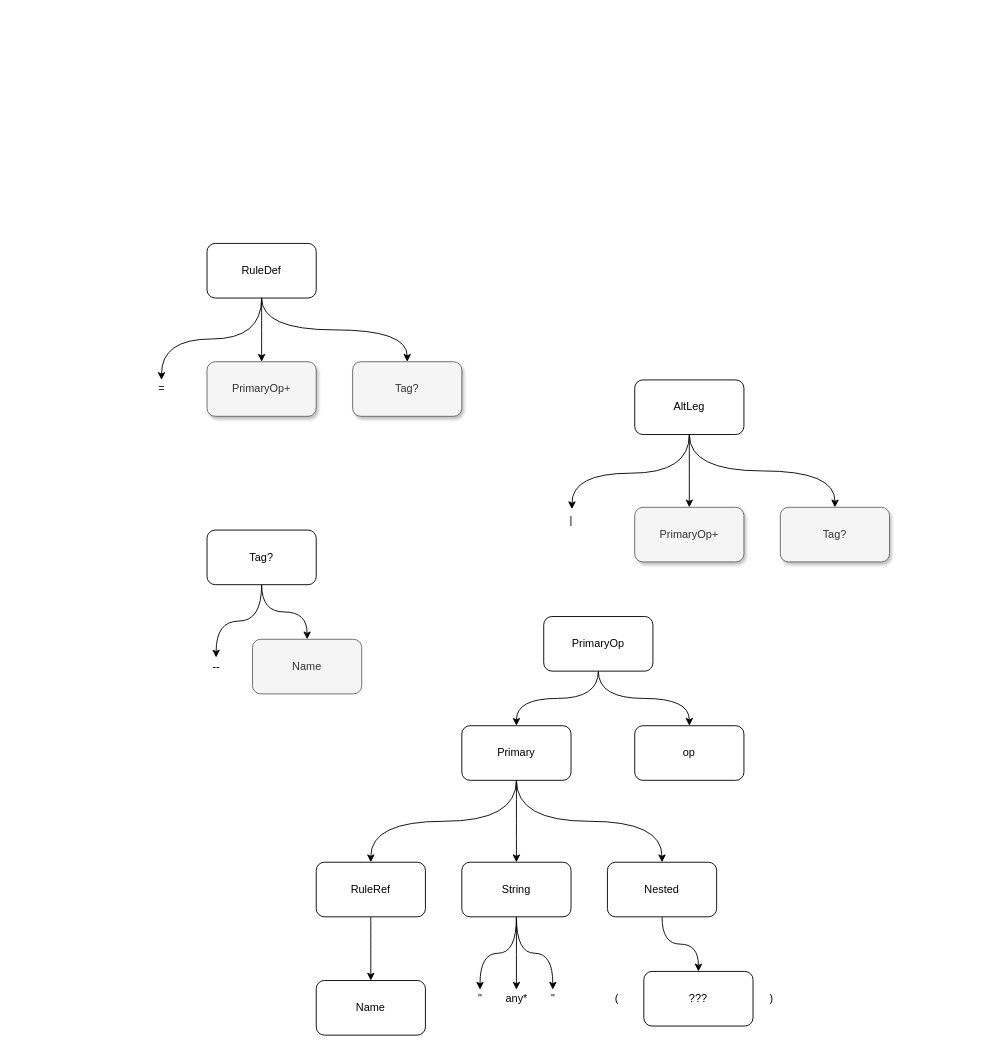
Earlier version of the draw.io diagram ohm-hierarchy.drawio (guitarvydas/slread). Source tidied: cells renumbered, new cells numbered last; positions are measured from the earlier drawing's top-left corner, leaving out a move shared by most shapes. Both pictures are drawn from the tidied source at 91%, with x=0, y=0 at pixel (152, 243).
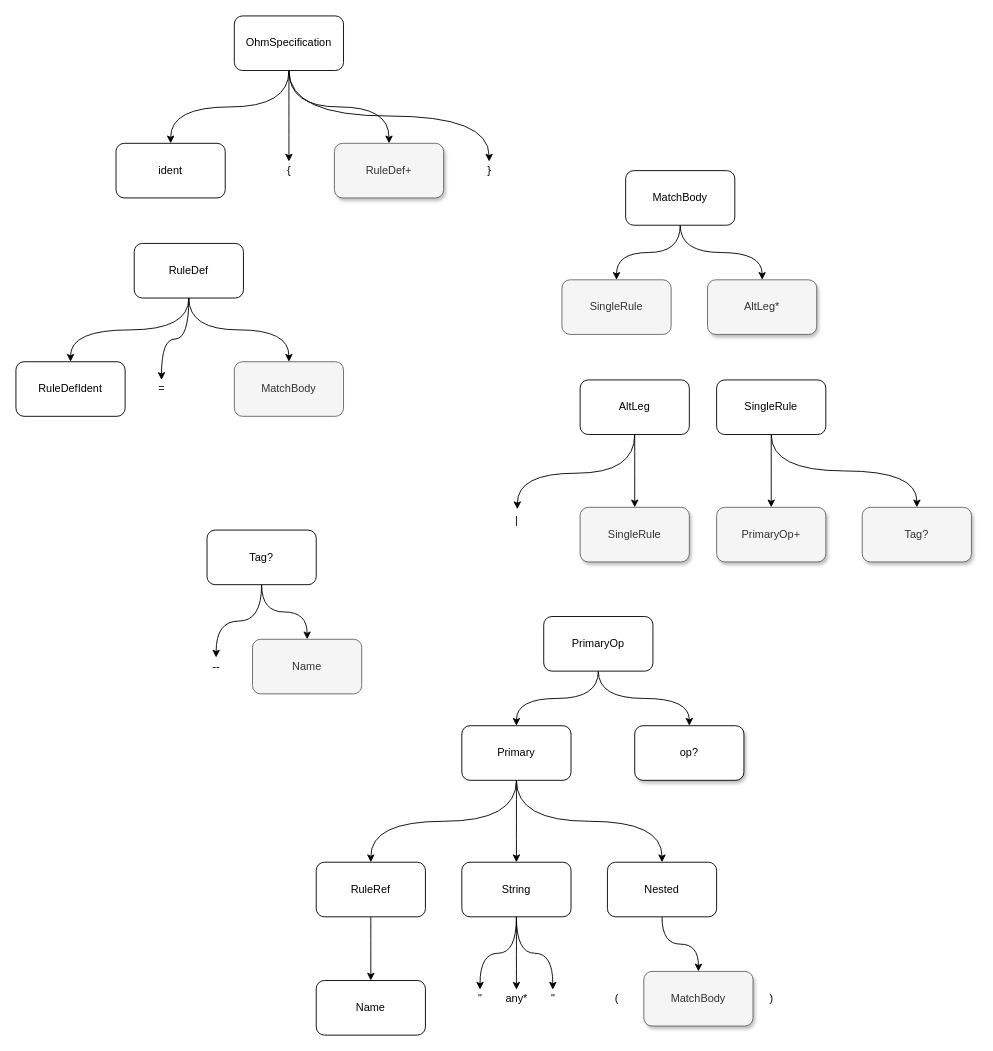
The same diagram, later.

Diff of the diagram source:
```diff
@@
-    <mxCell id="3" style="edgeStyle=orthogonalEdgeStyle;curved=1;jettySize=auto;html=1;exitX=0.5;exitY=1;exitDx=0;exitDy=0;entryX=0.5;entryY=0;entryDx=0;entryDy=0;" parent="1" edge="1" source="5" target="6">
-      <mxGeometry relative="1" as="geometry" />
-    </mxCell>
-    <mxCell id="4" style="edgeStyle=orthogonalEdgeStyle;curved=1;jettySize=auto;html=1;exitX=0.5;exitY=1;exitDx=0;exitDy=0;entryX=0.5;entryY=0;entryDx=0;entryDy=0;" parent="1" edge="1" source="5" target="33">
-      <mxGeometry relative="1" as="geometry" />
-    </mxCell>
+    <mxCell id="44" style="edgeStyle=orthogonalEdgeStyle;curved=1;jettySize=auto;html=1;exitX=0.5;exitY=1;exitDx=0;exitDy=0;entryX=0.5;entryY=0;entryDx=0;entryDy=0;" parent="1" edge="1" source="5" target="46">
+      <mxGeometry relative="1" as="geometry" />
+    </mxCell>
+    <mxCell id="45" style="edgeStyle=orthogonalEdgeStyle;curved=1;jettySize=auto;html=1;exitX=0.5;exitY=1;exitDx=0;exitDy=0;entryX=0.5;entryY=0;entryDx=0;entryDy=0;" parent="1" edge="1" source="5" target="65">
+      <mxGeometry relative="1" as="geometry" />
+    </mxCell>
     <mxCell id="5" value="RuleDef" style="rounded=1;whiteSpace=wrap;html=1;" parent="1" vertex="1">
-      <mxGeometry x="60" width="120" height="60" as="geometry" />
+      <mxGeometry x="-20" width="120" height="60" as="geometry" />
     </mxCell>
-    <mxCell id="6" value="PrimaryOp+" style="rounded=1;whiteSpace=wrap;html=1;shadow=1;fillColor=#f5f5f5;strokeColor=#666666;fontColor=#333333;" parent="1" vertex="1">
-      <mxGeometry x="60" y="130" width="120" height="60" as="geometry" />
+    <mxCell id="6" value="SingleRule" style="rounded=1;whiteSpace=wrap;html=1;shadow=0;fillColor=#f5f5f5;strokeColor=#666666;fontColor=#333333;" parent="1" vertex="1">
+      <mxGeometry x="450" y="40" width="120" height="60" as="geometry" />
     </mxCell>
@@
-    <mxCell id="21" value="???" style="rounded=1;whiteSpace=wrap;html=1;" parent="1" vertex="1">
+    <mxCell id="21" value="MatchBody" style="rounded=1;whiteSpace=wrap;html=1;shadow=1;fillColor=#f5f5f5;strokeColor=#666666;fontColor=#333333;" parent="1" vertex="1">
       <mxGeometry x="540" y="800" width="120" height="60" as="geometry" />
     </mxCell>
@@
-    <mxCell id="26" value="op" style="rounded=1;whiteSpace=wrap;html=1;" parent="1" vertex="1">
+    <mxCell id="26" value="op?" style="rounded=1;whiteSpace=wrap;html=1;shadow=1;" parent="1" vertex="1">
       <mxGeometry x="530" y="530" width="120" height="60" as="geometry" />
     </mxCell>
@@
-    <mxCell id="29" style="edgeStyle=orthogonalEdgeStyle;curved=1;jettySize=auto;html=1;exitX=0.5;exitY=1;exitDx=0;exitDy=0;" parent="1" edge="1" source="30">
-      <mxGeometry relative="1" as="geometry">
-        <mxPoint x="750" y="290" as="targetPoint" />
-      </mxGeometry>
-    </mxCell>
     <mxCell id="30" value="AltLeg" style="rounded=1;whiteSpace=wrap;html=1;" parent="1" vertex="1">
-      <mxGeometry x="530" y="150" width="120" height="60" as="geometry" />
+      <mxGeometry x="470" y="150" width="120" height="60" as="geometry" />
     </mxCell>
     <mxCell id="31" value="|" style="text;html=1;align=center;verticalAlign=middle;points=[];strokeColor=none;" parent="1" vertex="1">
-      <mxGeometry x="450" y="295" width="20" height="20" as="geometry" />
+      <mxGeometry x="390" y="295" width="20" height="20" as="geometry" />
     </mxCell>
-    <mxCell id="32" value="PrimaryOp+" style="rounded=1;whiteSpace=wrap;html=1;shadow=1;fillColor=#f5f5f5;strokeColor=#666666;fontColor=#333333;" parent="1" vertex="1">
-      <mxGeometry x="530" y="290" width="120" height="60" as="geometry" />
+    <mxCell id="32" value="SingleRule" style="rounded=1;whiteSpace=wrap;html=1;shadow=1;fillColor=#f5f5f5;strokeColor=#666666;fontColor=#333333;" parent="1" vertex="1">
+      <mxGeometry x="470" y="290" width="120" height="60" as="geometry" />
     </mxCell>
-    <mxCell id="33" value="Tag?" style="rounded=1;whiteSpace=wrap;html=1;shadow=1;fillColor=#f5f5f5;strokeColor=#666666;fontColor=#333333;" parent="1" vertex="1">
-      <mxGeometry x="220" y="130" width="120" height="60" as="geometry" />
-    </mxCell>
@@
-    <mxCell id="43" value="Tag?" style="rounded=1;whiteSpace=wrap;html=1;shadow=1;fillColor=#f5f5f5;strokeColor=#666666;fontColor=#333333;" parent="1" vertex="1">
-      <mxGeometry x="690" y="290" width="120" height="60" as="geometry" />
-    </mxCell>
+    <mxCell id="46" value="RuleDefIdent" style="rounded=1;whiteSpace=wrap;html=1;" parent="1" vertex="1">
+      <mxGeometry x="-150" y="130" width="120" height="60" as="geometry" />
+    </mxCell>
+    <mxCell id="47" style="edgeStyle=orthogonalEdgeStyle;curved=1;jettySize=auto;html=1;exitX=0.5;exitY=1;exitDx=0;exitDy=0;" parent="1" edge="1" source="49" target="50">
+      <mxGeometry relative="1" as="geometry" />
+    </mxCell>
+    <mxCell id="48" style="edgeStyle=orthogonalEdgeStyle;curved=1;jettySize=auto;html=1;exitX=0.5;exitY=1;exitDx=0;exitDy=0;" parent="1" edge="1" source="49">
+      <mxGeometry relative="1" as="geometry">
+        <mxPoint x="840" y="290" as="targetPoint" />
+      </mxGeometry>
+    </mxCell>
+    <mxCell id="49" value="SingleRule" style="rounded=1;whiteSpace=wrap;html=1;" parent="1" vertex="1">
+      <mxGeometry x="620" y="150" width="120" height="60" as="geometry" />
+    </mxCell>
+    <mxCell id="50" value="PrimaryOp+" style="rounded=1;whiteSpace=wrap;html=1;shadow=1;fillColor=#f5f5f5;strokeColor=#666666;fontColor=#333333;" parent="1" vertex="1">
+      <mxGeometry x="620" y="290" width="120" height="60" as="geometry" />
+    </mxCell>
+    <mxCell id="51" value="Tag?" style="rounded=1;whiteSpace=wrap;html=1;shadow=1;fillColor=#f5f5f5;strokeColor=#666666;fontColor=#333333;" parent="1" vertex="1">
+      <mxGeometry x="780" y="290" width="120" height="60" as="geometry" />
+    </mxCell>
+    <mxCell id="52" value="AltLeg*" style="rounded=1;whiteSpace=wrap;html=1;shadow=1;fillColor=#f5f5f5;strokeColor=#666666;fontColor=#333333;" parent="1" vertex="1">
+      <mxGeometry x="610" y="40" width="120" height="60" as="geometry" />
+    </mxCell>
+    <mxCell id="53" style="edgeStyle=orthogonalEdgeStyle;curved=1;jettySize=auto;html=1;exitX=0.5;exitY=1;exitDx=0;exitDy=0;entryX=0.5;entryY=0;entryDx=0;entryDy=0;" parent="1" edge="1" source="57" target="58">
+      <mxGeometry relative="1" as="geometry" />
+    </mxCell>
+    <mxCell id="54" style="edgeStyle=orthogonalEdgeStyle;curved=1;jettySize=auto;html=1;exitX=0.5;exitY=1;exitDx=0;exitDy=0;" parent="1" edge="1" source="57" target="59">
+      <mxGeometry relative="1" as="geometry" />
+    </mxCell>
+    <mxCell id="55" style="edgeStyle=orthogonalEdgeStyle;curved=1;jettySize=auto;html=1;exitX=0.5;exitY=1;exitDx=0;exitDy=0;" parent="1" edge="1" source="57" target="60">
+      <mxGeometry relative="1" as="geometry" />
+    </mxCell>
+    <mxCell id="56" style="edgeStyle=orthogonalEdgeStyle;curved=1;jettySize=auto;html=1;exitX=0.5;exitY=1;exitDx=0;exitDy=0;entryX=0.5;entryY=0;entryDx=0;entryDy=0;entryPerimeter=0;" parent="1" edge="1" source="57" target="61">
+      <mxGeometry relative="1" as="geometry" />
+    </mxCell>
+    <mxCell id="57" value="OhmSpecification" style="rounded=1;whiteSpace=wrap;html=1;" parent="1" vertex="1">
+      <mxGeometry x="90" y="-250" width="120" height="60" as="geometry" />
+    </mxCell>
+    <mxCell id="58" value="ident" style="rounded=1;whiteSpace=wrap;html=1;" parent="1" vertex="1">
+      <mxGeometry x="-40" y="-110" width="120" height="60" as="geometry" />
+    </mxCell>
+    <mxCell id="59" value="{" style="text;html=1;align=center;verticalAlign=middle;points=[];strokeColor=none;" parent="1" vertex="1">
+      <mxGeometry x="140" y="-90" width="20" height="20" as="geometry" />
+    </mxCell>
+    <mxCell id="60" value="RuleDef+" style="rounded=1;whiteSpace=wrap;html=1;shadow=1;fillColor=#f5f5f5;strokeColor=#666666;fontColor=#333333;" parent="1" vertex="1">
+      <mxGeometry x="200" y="-110" width="120" height="60" as="geometry" />
+    </mxCell>
+    <mxCell id="61" value="}" style="text;html=1;align=center;verticalAlign=middle;points=[];strokeColor=none;" parent="1" vertex="1">
+      <mxGeometry x="360" y="-90" width="20" height="20" as="geometry" />
+    </mxCell>
+    <mxCell id="62" style="edgeStyle=orthogonalEdgeStyle;curved=1;jettySize=auto;html=1;exitX=0.5;exitY=1;exitDx=0;exitDy=0;entryX=0.5;entryY=0;entryDx=0;entryDy=0;" parent="1" edge="1" source="64" target="6">
+      <mxGeometry relative="1" as="geometry" />
+    </mxCell>
+    <mxCell id="63" style="edgeStyle=orthogonalEdgeStyle;curved=1;jettySize=auto;html=1;exitX=0.5;exitY=1;exitDx=0;exitDy=0;entryX=0.5;entryY=0;entryDx=0;entryDy=0;" parent="1" edge="1" source="64" target="52">
+      <mxGeometry relative="1" as="geometry" />
+    </mxCell>
+    <mxCell id="64" value="MatchBody" style="rounded=1;whiteSpace=wrap;html=1;" parent="1" vertex="1">
+      <mxGeometry x="520" y="-80" width="120" height="60" as="geometry" />
+    </mxCell>
+    <mxCell id="65" value="MatchBody" style="rounded=1;whiteSpace=wrap;html=1;fillColor=#f5f5f5;strokeColor=#666666;fontColor=#333333;" parent="1" vertex="1">
+      <mxGeometry x="90" y="130" width="120" height="60" as="geometry" />
+    </mxCell>
```
